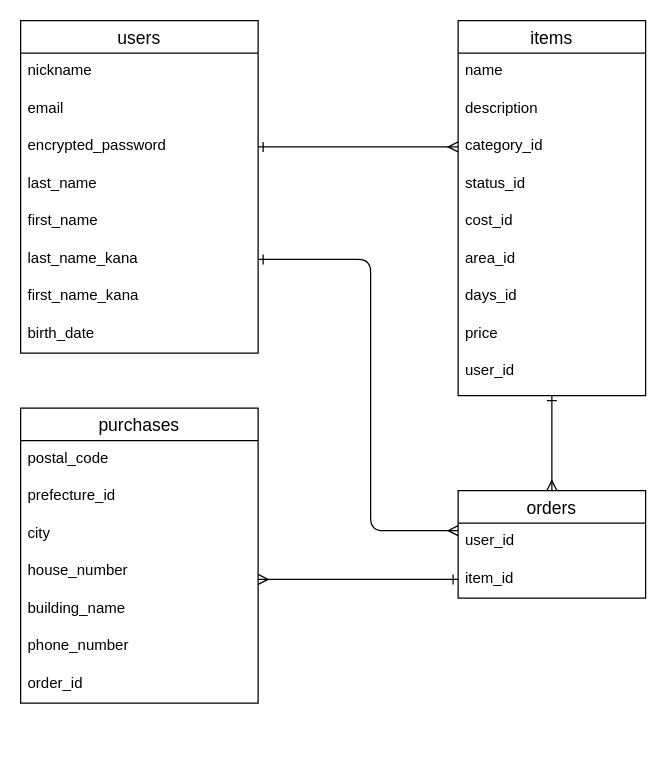
Before: furima.dio in sfsf700/furima-38227, a draw.io diagram. Source tidied: cells renumbered, new cells numbered last; positions are measured from the earlier drawing's top-left corner, leaving out a move shared by most shapes. Both pictures are drawn from the tidied source at 125%, with x=0, y=0 at pixel (20, 20).
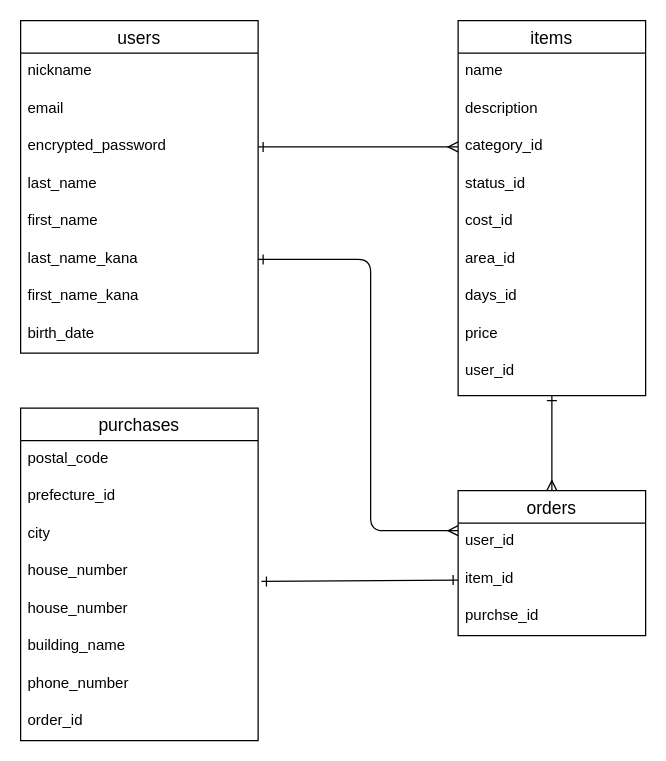
The same diagram, later.

Commit message (it also covers changes not shown here):
データベース設計の修正#3

Unchanged cells that the change refers to:
```xml
<mxCell id="27" value="house_number" style="text;strokeColor=none;fillColor=none;spacingLeft=4;spacingRight=4;overflow=hidden;points=[[0,0.5],[1,0.5]];portConstraint=eastwest;fontSize=12;" parent="23" vertex="1">
  <mxGeometry y="116" width="190" height="30" as="geometry" />
</mxCell>
<mxCell id="33" value="item_id" style="text;strokeColor=none;fillColor=none;spacingLeft=4;spacingRight=4;overflow=hidden;points=[[0,0.5],[1,0.5]];portConstraint=eastwest;fontSize=12;" parent="31" vertex="1">
  <mxGeometry y="56" width="150" height="30" as="geometry" />
</mxCell>
```

What changed in the source:
```diff
@@
     <mxCell id="23" value="purchases" style="swimlane;fontStyle=0;horizontal=1;startSize=26;align=center;fontSize=14;" parent="1" vertex="1">
-      <mxGeometry y="310" width="190" height="236" as="geometry" />
+      <mxGeometry y="310" width="190" height="266" as="geometry" />
     </mxCell>
@@
+    <mxCell id="36" value="house_number" style="text;strokeColor=none;fillColor=none;spacingLeft=4;spacingRight=4;overflow=hidden;fontSize=12;" parent="23" vertex="1">
+      <mxGeometry y="146" width="190" height="30" as="geometry" />
+    </mxCell>
     <mxCell id="28" value="building_name" style="text;strokeColor=none;fillColor=none;spacingLeft=4;spacingRight=4;overflow=hidden;fontSize=12;" parent="23" vertex="1">
-      <mxGeometry y="146" width="190" height="30" as="geometry" />
+      <mxGeometry y="176" width="190" height="30" as="geometry" />
     </mxCell>
     <mxCell id="29" value="phone_number" style="text;strokeColor=none;fillColor=none;spacingLeft=4;spacingRight=4;overflow=hidden;fontSize=12;" parent="23" vertex="1">
-      <mxGeometry y="176" width="190" height="30" as="geometry" />
+      <mxGeometry y="206" width="190" height="30" as="geometry" />
     </mxCell>
     <mxCell id="30" value="order_id" style="text;strokeColor=none;fillColor=none;spacingLeft=4;spacingRight=4;overflow=hidden;fontSize=12;" parent="23" vertex="1">
-      <mxGeometry y="206" width="190" height="30" as="geometry" />
+      <mxGeometry y="236" width="190" height="30" as="geometry" />
     </mxCell>
     <mxCell id="31" value="orders" style="swimlane;fontStyle=0;horizontal=1;startSize=26;align=center;fontSize=14;" parent="1" vertex="1">
-      <mxGeometry x="350" y="376" width="150" height="86" as="geometry" />
+      <mxGeometry x="350" y="376" width="150" height="116" as="geometry" />
     </mxCell>
@@
+    <mxCell id="37" value="purchse_id" style="text;strokeColor=none;fillColor=none;spacingLeft=4;spacingRight=4;overflow=hidden;fontSize=12;" parent="31" vertex="1">
+      <mxGeometry y="86" width="150" height="30" as="geometry" />
+    </mxCell>
@@
-    <mxCell id="35" style="edgeStyle=none;html=1;exitX=0;exitY=0.5;exitDx=0;exitDy=0;startArrow=ERone;startFill=0;endArrow=ERmany;endFill=0;" parent="1" edge="1" source="33">
-      <mxGeometry relative="1" as="geometry">
-        <mxPoint x="190" y="447" as="targetPoint" />
-      </mxGeometry>
-    </mxCell>
+    <mxCell id="38" style="edgeStyle=none;html=1;entryX=1.014;entryY=0.756;entryDx=0;entryDy=0;entryPerimeter=0;startArrow=ERone;startFill=0;endArrow=ERone;endFill=0;" parent="1" edge="1" source="33" target="27">
+      <mxGeometry relative="1" as="geometry" />
+    </mxCell>
```
